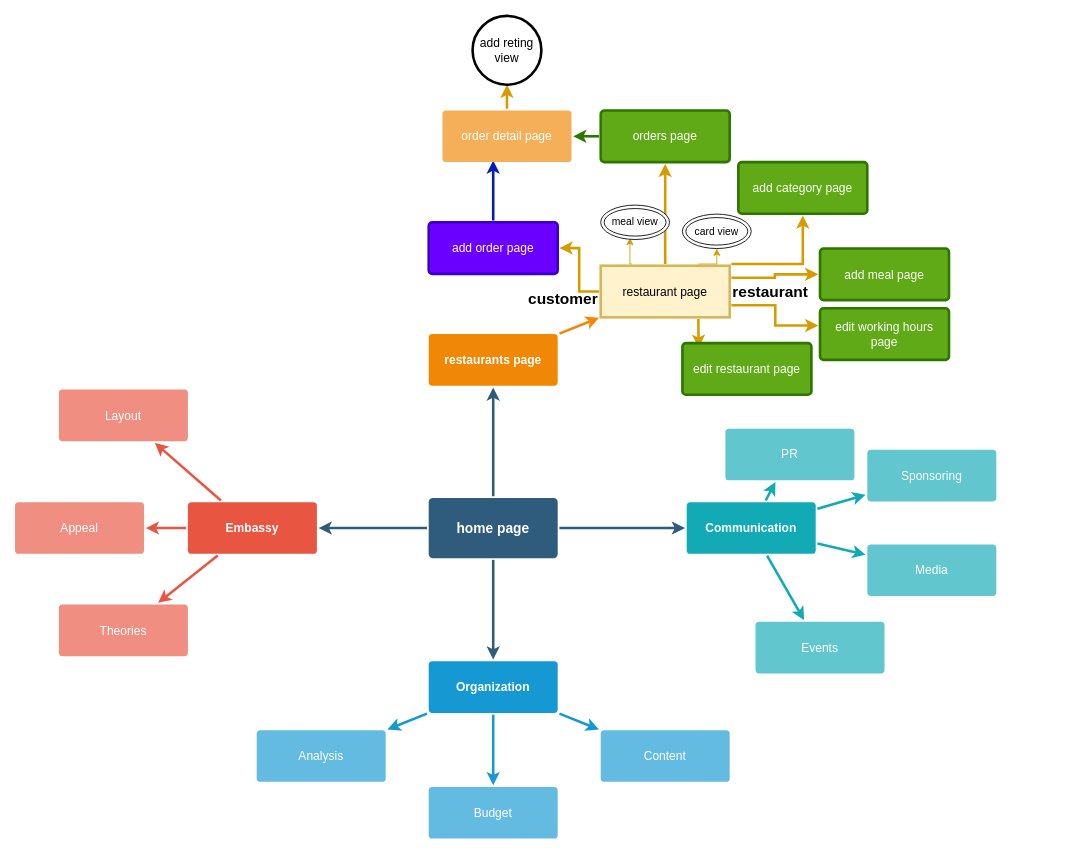
Earlier version of the draw.io diagram Untitled Diagram.drawio (wasselak-com/docms). Source tidied: cells renumbered, new cells numbered last; positions are measured from the earlier drawing's top-left corner, leaving out a move shared by most shapes. Both pictures are drawn from the tidied source at 86%, with x=0, y=0 at pixel (15, 15).
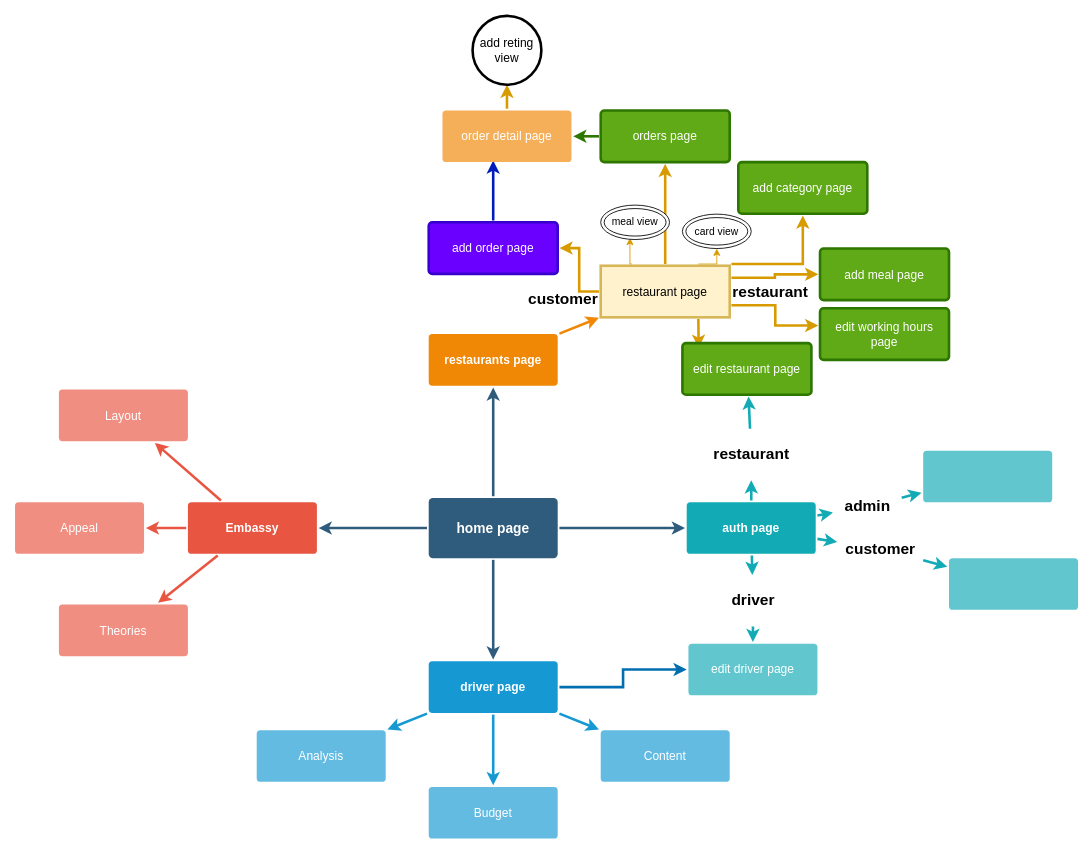
The same diagram, later.

What changed in the source:
```diff
@@
+    <mxCell id="56" style="edgeStyle=orthogonalEdgeStyle;rounded=0;jettySize=auto;html=1;exitX=1;exitY=0.5;exitDx=0;exitDy=0;entryX=0;entryY=0.5;entryDx=0;entryDy=0;strokeWidth=3;fillColor=#1ba1e2;strokeColor=#006EAF;" parent="1" edge="1" source="17" target="37">
+      <mxGeometry relative="1" as="geometry" />
+    </mxCell>
-    <mxCell id="17" value="Organization" style="rounded=1;whiteSpace=wrap;html=1;shadow=0;labelBackgroundColor=none;strokeColor=none;strokeWidth=3;fillColor=#1699d3;fontFamily=Helvetica;fontSize=14;fontColor=#FFFFFF;align=center;spacing=5;fontStyle=1;arcSize=7;perimeterSpacing=2;" parent="1" vertex="1">
+    <mxCell id="17" value="driver page" style="rounded=1;whiteSpace=wrap;html=1;shadow=0;labelBackgroundColor=none;strokeColor=none;strokeWidth=3;fillColor=#1699d3;fontFamily=Helvetica;fontSize=14;fontColor=#FFFFFF;align=center;spacing=5;fontStyle=1;arcSize=7;perimeterSpacing=2;" parent="1" vertex="1">
       <mxGeometry x="481" y="750.5" width="150" height="60" as="geometry" />
     </mxCell>
@@
-    <mxCell id="36" value="Communication" style="rounded=1;whiteSpace=wrap;html=1;shadow=0;labelBackgroundColor=none;strokeColor=none;strokeWidth=3;fillColor=#12aab5;fontFamily=Helvetica;fontSize=14;fontColor=#FFFFFF;align=center;spacing=5;fontStyle=1;arcSize=7;perimeterSpacing=2;" parent="1" vertex="1">
+    <mxCell id="36" value="auth page" style="rounded=1;whiteSpace=wrap;html=1;shadow=0;labelBackgroundColor=none;strokeColor=none;strokeWidth=3;fillColor=#12aab5;fontFamily=Helvetica;fontSize=14;fontColor=#FFFFFF;align=center;spacing=5;fontStyle=1;arcSize=7;perimeterSpacing=2;" parent="1" vertex="1">
       <mxGeometry x="781" y="565.5" width="150" height="60" as="geometry" />
     </mxCell>
-    <mxCell id="37" value="Events" style="rounded=1;whiteSpace=wrap;html=1;shadow=0;labelBackgroundColor=none;strokeColor=none;strokeWidth=3;fillColor=#61c6ce;fontFamily=Helvetica;fontSize=14;fontColor=#FFFFFF;align=center;spacing=5;fontStyle=0;arcSize=7;perimeterSpacing=2;" parent="1" vertex="1">
-      <mxGeometry x="861" y="704.5" width="150" height="60" as="geometry" />
+    <mxCell id="37" value="edit driver page" style="rounded=1;whiteSpace=wrap;html=1;shadow=0;labelBackgroundColor=none;strokeColor=none;strokeWidth=3;fillColor=#61c6ce;fontFamily=Helvetica;fontSize=14;fontColor=#FFFFFF;align=center;spacing=5;fontStyle=0;arcSize=7;perimeterSpacing=2;" parent="1" vertex="1">
+      <mxGeometry x="783" y="730" width="150" height="60" as="geometry" />
     </mxCell>
-    <mxCell id="38" style="edgeStyle=none;rounded=1;jumpStyle=none;html=1;shadow=0;labelBackgroundColor=none;startArrow=none;startFill=0;jettySize=auto;strokeColor=#12AAB5;strokeWidth=3;fontFamily=Helvetica;fontSize=14;fontColor=#FFFFFF;spacing=5;fontStyle=1;fillColor=#b0e3e6;" parent="1" edge="1" source="36" target="37">
+    <mxCell id="38" style="edgeStyle=none;rounded=1;jumpStyle=none;html=1;shadow=0;labelBackgroundColor=none;startArrow=none;startFill=0;jettySize=auto;strokeColor=#12AAB5;strokeWidth=3;fontFamily=Helvetica;fontSize=14;fontColor=#FFFFFF;spacing=5;fontStyle=1;fillColor=#b0e3e6;" parent="1" edge="1" source="64" target="37">
       <mxGeometry relative="1" as="geometry" />
     </mxCell>
-    <mxCell id="39" value="Media" style="rounded=1;whiteSpace=wrap;html=1;shadow=0;labelBackgroundColor=none;strokeColor=none;strokeWidth=3;fillColor=#61c6ce;fontFamily=Helvetica;fontSize=14;fontColor=#FFFFFF;align=center;spacing=5;fontStyle=0;arcSize=7;perimeterSpacing=2;" parent="1" vertex="1">
-      <mxGeometry x="991" y="614.5" width="150" height="60" as="geometry" />
+    <mxCell id="39" style="rounded=1;whiteSpace=wrap;html=1;shadow=0;labelBackgroundColor=none;strokeColor=none;strokeWidth=3;fillColor=#61c6ce;fontFamily=Helvetica;fontSize=14;fontColor=#FFFFFF;align=center;spacing=5;fontStyle=0;arcSize=7;perimeterSpacing=2;" parent="1" vertex="1">
+      <mxGeometry x="1086" y="630.5" width="150" height="60" as="geometry" />
     </mxCell>
-    <mxCell id="40" style="edgeStyle=none;rounded=1;jumpStyle=none;html=1;shadow=0;labelBackgroundColor=none;startArrow=none;startFill=0;jettySize=auto;strokeColor=#12AAB5;strokeWidth=3;fontFamily=Helvetica;fontSize=14;fontColor=#FFFFFF;spacing=5;fontStyle=1;fillColor=#b0e3e6;" parent="1" edge="1" source="36" target="39">
+    <mxCell id="40" style="edgeStyle=none;rounded=1;jumpStyle=none;html=1;shadow=0;labelBackgroundColor=none;startArrow=none;startFill=0;jettySize=auto;strokeColor=#12AAB5;strokeWidth=3;fontFamily=Helvetica;fontSize=14;fontColor=#FFFFFF;spacing=5;fontStyle=1;fillColor=#b0e3e6;" parent="1" edge="1" source="62" target="39">
       <mxGeometry relative="1" as="geometry" />
     </mxCell>
-    <mxCell id="41" value="Sponsoring" style="rounded=1;whiteSpace=wrap;html=1;shadow=0;labelBackgroundColor=none;strokeColor=none;strokeWidth=3;fillColor=#61c6ce;fontFamily=Helvetica;fontSize=14;fontColor=#FFFFFF;align=center;spacing=5;fontStyle=0;arcSize=7;perimeterSpacing=2;" parent="1" vertex="1">
-      <mxGeometry x="991" y="504.5" width="150" height="60" as="geometry" />
+    <mxCell id="41" style="rounded=1;whiteSpace=wrap;html=1;shadow=0;labelBackgroundColor=none;strokeColor=none;strokeWidth=3;fillColor=#61c6ce;fontFamily=Helvetica;fontSize=14;fontColor=#FFFFFF;align=center;spacing=5;fontStyle=0;arcSize=7;perimeterSpacing=2;" parent="1" vertex="1">
+      <mxGeometry x="1056" y="505.5" width="150" height="60" as="geometry" />
     </mxCell>
-    <mxCell id="42" style="edgeStyle=none;rounded=1;jumpStyle=none;html=1;shadow=0;labelBackgroundColor=none;startArrow=none;startFill=0;jettySize=auto;strokeColor=#12AAB5;strokeWidth=3;fontFamily=Helvetica;fontSize=14;fontColor=#FFFFFF;spacing=5;fontStyle=1;fillColor=#b0e3e6;" parent="1" edge="1" source="36" target="41">
+    <mxCell id="42" style="edgeStyle=none;rounded=1;jumpStyle=none;html=1;shadow=0;labelBackgroundColor=none;startArrow=none;startFill=0;jettySize=auto;strokeColor=#12AAB5;strokeWidth=3;fontFamily=Helvetica;fontSize=14;fontColor=#FFFFFF;spacing=5;fontStyle=1;fillColor=#b0e3e6;" parent="1" edge="1" source="60" target="41">
       <mxGeometry relative="1" as="geometry" />
     </mxCell>
-    <mxCell id="43" value="PR" style="rounded=1;whiteSpace=wrap;html=1;shadow=0;labelBackgroundColor=none;strokeColor=none;strokeWidth=3;fillColor=#61c6ce;fontFamily=Helvetica;fontSize=14;fontColor=#FFFFFF;align=center;spacing=5;fontStyle=0;arcSize=7;perimeterSpacing=2;" parent="1" vertex="1">
-      <mxGeometry x="826" y="480" width="150" height="60" as="geometry" />
-    </mxCell>
-    <mxCell id="44" style="edgeStyle=none;rounded=1;jumpStyle=none;html=1;shadow=0;labelBackgroundColor=none;startArrow=none;startFill=0;jettySize=auto;strokeColor=#12AAB5;strokeWidth=3;fontFamily=Helvetica;fontSize=14;fontColor=#FFFFFF;spacing=5;fontStyle=1;fillColor=#b0e3e6;" parent="1" edge="1" source="36" target="43">
-      <mxGeometry relative="1" as="geometry" />
+    <mxCell id="44" style="edgeStyle=none;rounded=1;jumpStyle=none;html=1;shadow=0;labelBackgroundColor=none;startArrow=none;startFill=0;jettySize=auto;strokeColor=#12AAB5;strokeWidth=3;fontFamily=Helvetica;fontSize=14;fontColor=#FFFFFF;spacing=5;fontStyle=1;fillColor=#b0e3e6;" parent="1" edge="1" source="58">
+      <mxGeometry relative="1" as="geometry">
+        <mxPoint x="852.9" y="442.5" as="targetPoint" />
+      </mxGeometry>
     </mxCell>
@@
+    <mxCell id="57" style="edgeStyle=none;rounded=1;jumpStyle=none;html=1;shadow=0;labelBackgroundColor=none;startArrow=none;startFill=0;jettySize=auto;strokeColor=#12AAB5;strokeWidth=3;fontFamily=Helvetica;fontSize=14;fontColor=#FFFFFF;spacing=5;fontStyle=1;fillColor=#b0e3e6;" parent="1" edge="1" target="58">
+      <mxGeometry relative="1" as="geometry">
+        <mxPoint x="856.1" y="563.5" as="sourcePoint" />
+      </mxGeometry>
+    </mxCell>
+    <mxCell id="58" value="&lt;h2&gt;restaurant&lt;br&gt;&lt;/h2&gt;" style="text;html=1;align=center;verticalAlign=middle;points=[];strokeColor=none;fillColor=none;" parent="1" vertex="1">
+      <mxGeometry x="801" y="480" width="110" height="60" as="geometry" />
+    </mxCell>
+    <mxCell id="59" style="edgeStyle=none;rounded=1;jumpStyle=none;html=1;shadow=0;labelBackgroundColor=none;startArrow=none;startFill=0;jettySize=auto;strokeColor=#12AAB5;strokeWidth=3;fontFamily=Helvetica;fontSize=14;fontColor=#FFFFFF;spacing=5;fontStyle=1;fillColor=#b0e3e6;" parent="1" edge="1" source="36" target="60">
+      <mxGeometry relative="1" as="geometry" />
+    </mxCell>
+    <mxCell id="60" value="&lt;h2&gt;admin&lt;br&gt;&lt;/h2&gt;" style="text;html=1;align=center;verticalAlign=middle;points=[];strokeColor=none;fillColor=none;" parent="1" vertex="1">
+      <mxGeometry x="951" y="540" width="80" height="60" as="geometry" />
+    </mxCell>
+    <mxCell id="61" style="edgeStyle=none;rounded=1;jumpStyle=none;html=1;shadow=0;labelBackgroundColor=none;startArrow=none;startFill=0;jettySize=auto;strokeColor=#12AAB5;strokeWidth=3;fontFamily=Helvetica;fontSize=14;fontColor=#FFFFFF;spacing=5;fontStyle=1;fillColor=#b0e3e6;" parent="1" edge="1" source="36" target="62">
+      <mxGeometry relative="1" as="geometry" />
+    </mxCell>
+    <mxCell id="62" value="&lt;h2&gt;customer&lt;br&gt;&lt;/h2&gt;" style="text;html=1;align=center;verticalAlign=middle;points=[];strokeColor=none;fillColor=none;" parent="1" vertex="1">
+      <mxGeometry x="956" y="590" width="100" height="60" as="geometry" />
+    </mxCell>
+    <mxCell id="63" style="edgeStyle=none;rounded=1;jumpStyle=none;html=1;shadow=0;labelBackgroundColor=none;startArrow=none;startFill=0;jettySize=auto;strokeColor=#12AAB5;strokeWidth=3;fontFamily=Helvetica;fontSize=14;fontColor=#FFFFFF;spacing=5;fontStyle=1;fillColor=#b0e3e6;" parent="1" edge="1" source="36" target="64">
+      <mxGeometry relative="1" as="geometry" />
+    </mxCell>
+    <mxCell id="64" value="&lt;h2&gt;driver&lt;br&gt;&lt;/h2&gt;" style="text;html=1;align=center;verticalAlign=middle;points=[];strokeColor=none;fillColor=none;" parent="1" vertex="1">
+      <mxGeometry x="823" y="650" width="70" height="60" as="geometry" />
+    </mxCell>
```
